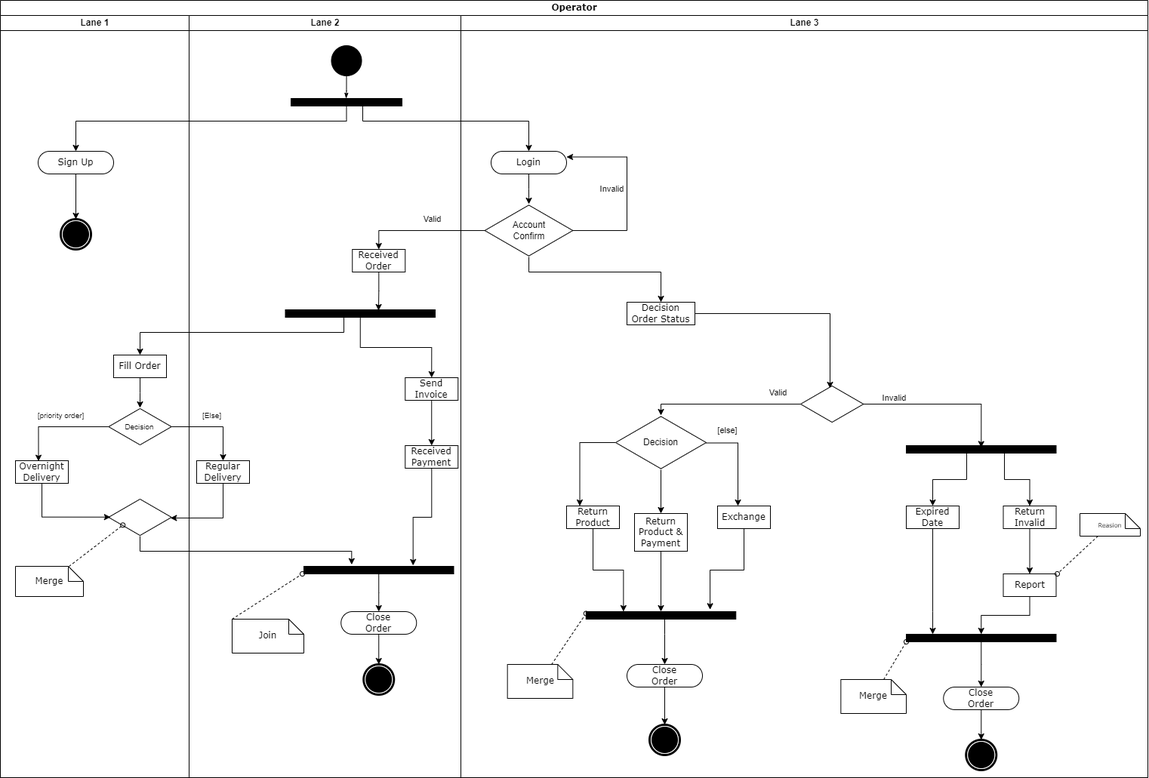
The draw.io diagram uml/Operator.png in AndyFCui/OnlineShop-Database, before a commit. Source tidied: cells renumbered, new cells last; positions are measured from the earlier drawing's top-left corner, leaving out a move shared by most shapes.
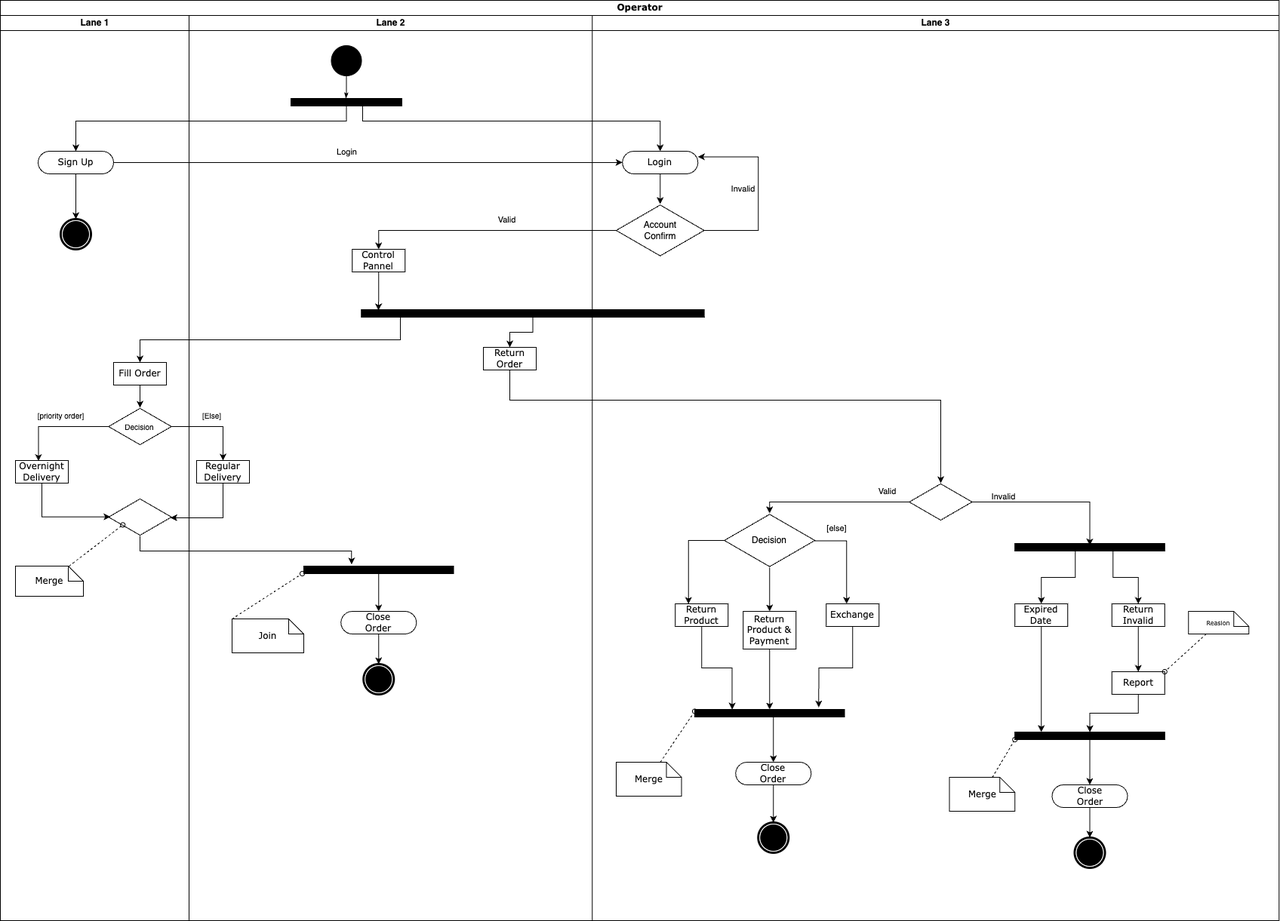
After the change.

What changed in the source:
```diff
@@ -5,6 +5,6 @@
     <mxCell id="2" value="Operator" style="swimlane;html=1;startSize=20;rounded=0;shadow=0;comic=0;labelBackgroundColor=none;strokeWidth=1;fontFamily=Verdana;fontSize=12;align=center;" parent="1" vertex="1">
-      <mxGeometry width="1520" height="1030" as="geometry" />
+      <mxGeometry width="1694.3" height="1220" as="geometry" />
     </mxCell>
     <mxCell id="3" value="Lane 1" style="swimlane;html=1;startSize=20;" parent="2" vertex="1">
-      <mxGeometry y="20" width="250" height="1010" as="geometry" />
+      <mxGeometry y="20" width="250" height="1200" as="geometry" />
     </mxCell>
@@ -22,4 +22,7 @@
     </mxCell>
+    <mxCell id="12" value="Fill Order" style="rounded=0;whiteSpace=wrap;html=1;shadow=0;comic=0;labelBackgroundColor=none;strokeWidth=1;fontFamily=Verdana;fontSize=12;align=center;arcSize=50;" parent="3" vertex="1">
+      <mxGeometry x="150" y="460" width="70" height="30" as="geometry" />
+    </mxCell>
     <mxCell id="8" value="Lane 2" style="swimlane;html=1;startSize=20;" parent="2" vertex="1">
-      <mxGeometry x="250" y="20" width="360" height="1010" as="geometry" />
+      <mxGeometry x="250" y="20" width="534.3" height="1200" as="geometry" />
     </mxCell>
@@ -36,5 +39,2 @@
     </mxCell>
-    <mxCell id="12" value="Fill Order" style="rounded=0;whiteSpace=wrap;html=1;shadow=0;comic=0;labelBackgroundColor=none;strokeWidth=1;fontFamily=Verdana;fontSize=12;align=center;arcSize=50;" parent="8" vertex="1">
-      <mxGeometry x="-100" y="450" width="70" height="30" as="geometry" />
-    </mxCell>
     <mxCell id="13" value="Decision" style="html=1;whiteSpace=wrap;shape=isoRectangle;fontSize=10;" parent="8" vertex="1">
@@ -42,5 +42,2 @@
     </mxCell>
-    <mxCell id="14" style="edgeStyle=orthogonalEdgeStyle;rounded=0;jettySize=auto;html=1;fontSize=10;endArrow=classic;endFill=1;" parent="8" edge="1" source="12" target="13">
-      <mxGeometry relative="1" as="geometry" />
-    </mxCell>
     <mxCell id="15" style="html=1;whiteSpace=wrap;shape=isoRectangle;fontSize=10;" parent="8" vertex="1">
@@ -83,11 +80,2 @@
     </mxCell>
-    <mxCell id="25" style="edgeStyle=orthogonalEdgeStyle;rounded=0;jettySize=auto;html=1;entryX=0.5;entryY=0;entryDx=0;entryDy=0;" parent="8" edge="1" source="26" target="27">
-      <mxGeometry relative="1" as="geometry" />
-    </mxCell>
-    <mxCell id="26" style="whiteSpace=wrap;html=1;rounded=0;shadow=0;comic=0;labelBackgroundColor=none;strokeWidth=1;fillColor=#000000;fontFamily=Verdana;fontSize=12;align=center;rotation=0;" parent="8" vertex="1">
-      <mxGeometry x="127.5" y="390" width="198.5" height="10" as="geometry" />
-    </mxCell>
-    <mxCell id="27" value="Send Invoice" style="rounded=0;whiteSpace=wrap;html=1;shadow=0;comic=0;labelBackgroundColor=none;strokeWidth=1;fontFamily=Verdana;fontSize=12;align=center;arcSize=50;" parent="8" vertex="1">
-      <mxGeometry x="286.2" y="480" width="70" height="30" as="geometry" />
-    </mxCell>
     <mxCell id="28" style="whiteSpace=wrap;html=1;rounded=0;shadow=0;comic=0;labelBackgroundColor=none;strokeWidth=1;fillColor=#000000;fontFamily=Verdana;fontSize=12;align=center;rotation=0;" parent="8" vertex="1">
@@ -95,16 +83,2 @@
     </mxCell>
-    <mxCell id="29" style="edgeStyle=orthogonalEdgeStyle;rounded=0;jettySize=auto;html=1;entryX=0.729;entryY=-0.112;entryDx=0;entryDy=0;entryPerimeter=0;fontSize=10;endArrow=classic;endFill=1;" parent="8" edge="1" source="30" target="28">
-      <mxGeometry relative="1" as="geometry" />
-    </mxCell>
-    <mxCell id="30" value="Received&lt;br&gt;Payment" style="rounded=0;whiteSpace=wrap;html=1;shadow=0;comic=0;labelBackgroundColor=none;strokeWidth=1;fontFamily=Verdana;fontSize=12;align=center;arcSize=50;" parent="8" vertex="1">
-      <mxGeometry x="286.2" y="570" width="70" height="30" as="geometry" />
-    </mxCell>
-    <mxCell id="31" style="edgeStyle=orthogonalEdgeStyle;rounded=0;jettySize=auto;html=1;entryX=0.5;entryY=0;entryDx=0;entryDy=0;fontSize=10;endArrow=classic;endFill=1;" parent="8" edge="1" source="26" target="12">
-      <mxGeometry relative="1" as="geometry">
-        <Array as="points">
-          <mxPoint x="205" y="420" />
-          <mxPoint x="-65" y="420" />
-        </Array>
-      </mxGeometry>
-    </mxCell>
     <mxCell id="32" style="edgeStyle=orthogonalEdgeStyle;rounded=0;jettySize=auto;html=1;entryX=0.319;entryY=-0.229;entryDx=0;entryDy=0;entryPerimeter=0;fontSize=10;endArrow=classic;endFill=1;" parent="8" edge="1" source="15" target="28">
@@ -117,5 +91,2 @@
     </mxCell>
-    <mxCell id="33" style="edgeStyle=orthogonalEdgeStyle;rounded=0;jettySize=auto;html=1;entryX=0.5;entryY=0;entryDx=0;entryDy=0;fontSize=10;endArrow=classic;endFill=1;" parent="8" edge="1" source="27" target="30">
-      <mxGeometry relative="1" as="geometry" />
-    </mxCell>
     <mxCell id="34" style="edgeStyle=orthogonalEdgeStyle;rounded=0;jettySize=auto;html=1;entryX=0.5;entryY=0;entryDx=0;entryDy=0;fontSize=10;endArrow=classic;endFill=1;" parent="8" edge="1" source="28" target="22">
@@ -123,6 +94,8 @@
     </mxCell>
-    <mxCell id="35" style="edgeStyle=orthogonalEdgeStyle;rounded=0;jettySize=auto;html=1;entryX=0.622;entryY=0.1;entryDx=0;entryDy=0;entryPerimeter=0;" parent="8" edge="1" source="36" target="26">
-      <mxGeometry relative="1" as="geometry" />
+    <mxCell id="35" style="edgeStyle=orthogonalEdgeStyle;rounded=0;jettySize=auto;html=1;entryX=0.622;entryY=0.1;entryDx=0;entryDy=0;entryPerimeter=0;" parent="8" edge="1" source="36">
+      <mxGeometry relative="1" as="geometry">
+        <mxPoint x="251" y="391" as="targetPoint" />
+      </mxGeometry>
     </mxCell>
-    <mxCell id="36" value="Received&lt;br&gt;Order" style="rounded=0;whiteSpace=wrap;html=1;shadow=0;comic=0;labelBackgroundColor=none;strokeWidth=1;fontFamily=Verdana;fontSize=12;align=center;arcSize=50;" parent="8" vertex="1">
+    <mxCell id="36" value="Control Pannel" style="rounded=0;whiteSpace=wrap;html=1;shadow=0;comic=0;labelBackgroundColor=none;strokeWidth=1;fontFamily=Verdana;fontSize=12;align=center;arcSize=50;" parent="8" vertex="1">
       <mxGeometry x="216.2" y="310" width="70" height="30" as="geometry" />
@@ -137,2 +110,5 @@
     </mxCell>
+    <mxCell id="93" value="Return Order" style="rounded=0;whiteSpace=wrap;html=1;shadow=0;comic=0;labelBackgroundColor=none;strokeWidth=1;fontFamily=Verdana;fontSize=12;align=center;arcSize=50;" parent="8" vertex="1">
+      <mxGeometry x="390" y="440" width="70" height="30" as="geometry" />
+    </mxCell>
     <mxCell id="39" style="edgeStyle=orthogonalEdgeStyle;rounded=0;jettySize=auto;html=1;entryX=0.5;entryY=0;entryDx=0;entryDy=0;" parent="2" edge="1" source="11" target="46">
@@ -141,3 +117,3 @@
           <mxPoint x="480" y="160" />
-          <mxPoint x="700" y="160" />
+          <mxPoint x="874" y="160" />
         </Array>
@@ -164,4 +140,12 @@
     </mxCell>
+    <mxCell id="94" style="edgeStyle=orthogonalEdgeStyle;rounded=0;jettySize=auto;html=1;entryX=0;entryY=0.5;entryDx=0;entryDy=0;" parent="2" edge="1" source="4" target="46">
+      <mxGeometry relative="1" as="geometry" />
+    </mxCell>
+    <mxCell id="95" value="Login" style="edgeLabel;html=1;align=center;verticalAlign=middle;" parent="94" vertex="1">
+      <mxGeometry x="-0.11" y="3" relative="1" as="geometry">
+        <mxPoint x="7" y="-12" as="offset" />
+      </mxGeometry>
+    </mxCell>
     <mxCell id="44" value="Lane 3" style="swimlane;html=1;startSize=20;" parent="2" vertex="1">
-      <mxGeometry x="610" y="20" width="910" height="1010" as="geometry" />
+      <mxGeometry x="784.3" y="20" width="910" height="1200" as="geometry" />
     </mxCell>
@@ -181,10 +165,2 @@
     </mxCell>
-    <mxCell id="48" style="edgeStyle=orthogonalEdgeStyle;rounded=0;jettySize=auto;html=1;" parent="44" edge="1" source="49" target="51">
-      <mxGeometry relative="1" as="geometry">
-        <Array as="points">
-          <mxPoint x="90" y="340" />
-          <mxPoint x="265" y="340" />
-        </Array>
-      </mxGeometry>
-    </mxCell>
     <mxCell id="49" value="Account&lt;br&gt;Confirm" style="html=1;whiteSpace=wrap;shape=isoRectangle;" parent="44" vertex="1">
@@ -192,8 +168,2 @@
     </mxCell>
-    <mxCell id="50" style="edgeStyle=orthogonalEdgeStyle;rounded=0;jettySize=auto;html=1;entryX=0.468;entryY=0.08;entryDx=0;entryDy=0;entryPerimeter=0;" parent="44" edge="1" source="51" target="54">
-      <mxGeometry relative="1" as="geometry" />
-    </mxCell>
-    <mxCell id="51" value="Decision&lt;br&gt;Order Status" style="rounded=0;whiteSpace=wrap;html=1;shadow=0;comic=0;labelBackgroundColor=none;strokeWidth=1;fontFamily=Verdana;fontSize=12;align=center;arcSize=50;" parent="44" vertex="1">
-      <mxGeometry x="220" y="380" width="90" height="30" as="geometry" />
-    </mxCell>
     <mxCell id="52" style="edgeStyle=orthogonalEdgeStyle;rounded=0;jettySize=auto;html=1;" parent="44" edge="1" source="54" target="88">
@@ -201,3 +171,3 @@
         <Array as="points">
-          <mxPoint x="265" y="515" />
+          <mxPoint x="235" y="645" />
         </Array>
@@ -211,3 +181,3 @@
     <mxCell id="54" style="html=1;whiteSpace=wrap;shape=isoRectangle;fontSize=10;" parent="44" vertex="1">
-      <mxGeometry x="450" y="490" width="83.3" height="50" as="geometry" />
+      <mxGeometry x="420" y="620" width="83.3" height="50" as="geometry" />
     </mxCell>
@@ -217,3 +187,3 @@
     <mxCell id="56" value="Return Invalid" style="rounded=0;whiteSpace=wrap;html=1;shadow=0;comic=0;labelBackgroundColor=none;strokeWidth=1;fontFamily=Verdana;fontSize=12;align=center;arcSize=50;" parent="44" vertex="1">
-      <mxGeometry x="718.5" y="650" width="70" height="30" as="geometry" />
+      <mxGeometry x="688.5" y="780" width="70" height="30" as="geometry" />
     </mxCell>
@@ -222,4 +192,4 @@
         <Array as="points">
-          <mxPoint x="670" y="615" />
-          <mxPoint x="625" y="615" />
+          <mxPoint x="640" y="745" />
+          <mxPoint x="595" y="745" />
         </Array>
@@ -230,4 +200,4 @@
         <Array as="points">
-          <mxPoint x="720" y="615" />
-          <mxPoint x="754" y="615" />
+          <mxPoint x="690" y="745" />
+          <mxPoint x="724" y="745" />
         </Array>
@@ -236,3 +206,3 @@
     <mxCell id="59" style="whiteSpace=wrap;html=1;rounded=0;shadow=0;comic=0;labelBackgroundColor=none;strokeWidth=1;fillColor=#000000;fontFamily=Verdana;fontSize=12;align=center;rotation=0;" parent="44" vertex="1">
-      <mxGeometry x="590" y="570" width="198.5" height="10" as="geometry" />
+      <mxGeometry x="560" y="700" width="198.5" height="10" as="geometry" />
     </mxCell>
@@ -241,4 +211,4 @@
         <Array as="points">
-          <mxPoint x="625" y="790" />
-          <mxPoint x="625" y="790" />
+          <mxPoint x="595" y="920" />
+          <mxPoint x="595" y="920" />
         </Array>
@@ -247,3 +217,3 @@
     <mxCell id="61" value="Expired Date" style="rounded=0;whiteSpace=wrap;html=1;shadow=0;comic=0;labelBackgroundColor=none;strokeWidth=1;fontFamily=Verdana;fontSize=12;align=center;arcSize=50;" parent="44" vertex="1">
-      <mxGeometry x="590" y="650" width="70" height="30" as="geometry" />
+      <mxGeometry x="560" y="780" width="70" height="30" as="geometry" />
     </mxCell>
@@ -253,3 +223,3 @@
     <mxCell id="63" value="Report" style="rounded=0;whiteSpace=wrap;html=1;shadow=0;comic=0;labelBackgroundColor=none;strokeWidth=1;fontFamily=Verdana;fontSize=12;align=center;arcSize=50;" parent="44" vertex="1">
-      <mxGeometry x="718.5" y="740" width="70" height="30" as="geometry" />
+      <mxGeometry x="688.5" y="870" width="70" height="30" as="geometry" />
     </mxCell>
@@ -259,3 +229,3 @@
     <mxCell id="65" value="Return Product" style="rounded=0;whiteSpace=wrap;html=1;shadow=0;comic=0;labelBackgroundColor=none;strokeWidth=1;fontFamily=Verdana;fontSize=12;align=center;arcSize=50;" parent="44" vertex="1">
-      <mxGeometry x="140" y="650" width="70" height="30" as="geometry" />
+      <mxGeometry x="110" y="780" width="70" height="30" as="geometry" />
     </mxCell>
@@ -263,3 +233,3 @@
       <mxGeometry relative="1" as="geometry">
-        <mxPoint x="689.2" y="572.5" as="targetPoint" />
+        <mxPoint x="659.2" y="702.5" as="targetPoint" />
       </mxGeometry>
@@ -275,3 +245,3 @@
     <mxCell id="69" value="Return Product &amp;amp; Payment" style="rounded=0;whiteSpace=wrap;html=1;shadow=0;comic=0;labelBackgroundColor=none;strokeWidth=1;fontFamily=Verdana;fontSize=12;align=center;arcSize=50;" parent="44" vertex="1">
-      <mxGeometry x="230" y="660" width="70" height="50" as="geometry" />
+      <mxGeometry x="200" y="790" width="70" height="50" as="geometry" />
     </mxCell>
@@ -281,3 +251,3 @@
     <mxCell id="71" value="Exchange" style="rounded=0;whiteSpace=wrap;html=1;shadow=0;comic=0;labelBackgroundColor=none;strokeWidth=1;fontFamily=Verdana;fontSize=12;align=center;arcSize=50;" parent="44" vertex="1">
-      <mxGeometry x="340" y="650" width="70" height="30" as="geometry" />
+      <mxGeometry x="310" y="780" width="70" height="30" as="geometry" />
     </mxCell>
@@ -286,4 +256,4 @@
         <Array as="points">
-          <mxPoint x="270" y="820" />
-          <mxPoint x="270" y="820" />
+          <mxPoint x="240" y="950" />
+          <mxPoint x="240" y="950" />
         </Array>
@@ -292,3 +262,3 @@
     <mxCell id="73" style="whiteSpace=wrap;html=1;rounded=0;shadow=0;comic=0;labelBackgroundColor=none;strokeWidth=1;fillColor=#000000;fontFamily=Verdana;fontSize=12;align=center;rotation=0;" parent="44" vertex="1">
-      <mxGeometry x="165.8" y="790" width="198.5" height="10" as="geometry" />
+      <mxGeometry x="135.7" y="920" width="198.5" height="10" as="geometry" />
     </mxCell>
@@ -298,6 +268,6 @@
     <mxCell id="75" value="Merge" style="shape=note;whiteSpace=wrap;html=1;rounded=0;shadow=0;comic=0;labelBackgroundColor=none;strokeWidth=1;fontFamily=Verdana;fontSize=12;align=center;size=20;" parent="44" vertex="1">
-      <mxGeometry x="61.7" y="860" width="86.7" height="45" as="geometry" />
+      <mxGeometry x="31.7" y="990" width="86.7" height="45" as="geometry" />
     </mxCell>
     <mxCell id="76" style="shape=mxgraph.bpmn.shape;html=1;verticalLabelPosition=bottom;labelBackgroundColor=#ffffff;verticalAlign=top;perimeter=ellipsePerimeter;outline=end;symbol=terminate;rounded=0;shadow=0;comic=0;strokeWidth=1;fontFamily=Verdana;fontSize=12;align=center;" parent="44" vertex="1">
-      <mxGeometry x="250" y="940" width="40" height="40" as="geometry" />
+      <mxGeometry x="220" y="1070" width="40" height="40" as="geometry" />
     </mxCell>
@@ -307,3 +277,3 @@
     <mxCell id="78" value="Close&lt;br&gt;Order" style="rounded=1;whiteSpace=wrap;html=1;shadow=0;comic=0;labelBackgroundColor=none;strokeWidth=1;fontFamily=Verdana;fontSize=12;align=center;arcSize=50;" parent="44" vertex="1">
-      <mxGeometry x="220" y="860" width="100" height="30" as="geometry" />
+      <mxGeometry x="190" y="990" width="100" height="30" as="geometry" />
     </mxCell>
@@ -313,3 +283,3 @@
     <mxCell id="80" style="whiteSpace=wrap;html=1;rounded=0;shadow=0;comic=0;labelBackgroundColor=none;strokeWidth=1;fillColor=#000000;fontFamily=Verdana;fontSize=12;align=center;rotation=0;" parent="44" vertex="1">
-      <mxGeometry x="590" y="820" width="198.5" height="10" as="geometry" />
+      <mxGeometry x="560" y="950" width="198.5" height="10" as="geometry" />
     </mxCell>
@@ -319,3 +289,3 @@
     <mxCell id="82" value="Merge" style="shape=note;whiteSpace=wrap;html=1;rounded=0;shadow=0;comic=0;labelBackgroundColor=none;strokeWidth=1;fontFamily=Verdana;fontSize=12;align=center;size=20;" parent="44" vertex="1">
-      <mxGeometry x="503.3" y="880" width="86.7" height="45" as="geometry" />
+      <mxGeometry x="473.3" y="1010" width="86.7" height="45" as="geometry" />
     </mxCell>
@@ -325,6 +295,6 @@
     <mxCell id="84" value="Close&lt;br&gt;Order" style="rounded=1;whiteSpace=wrap;html=1;shadow=0;comic=0;labelBackgroundColor=none;strokeWidth=1;fontFamily=Verdana;fontSize=12;align=center;arcSize=50;" parent="44" vertex="1">
-      <mxGeometry x="639.2" y="890" width="100" height="30" as="geometry" />
+      <mxGeometry x="609.2" y="1020" width="100" height="30" as="geometry" />
     </mxCell>
     <mxCell id="85" style="shape=mxgraph.bpmn.shape;html=1;verticalLabelPosition=bottom;labelBackgroundColor=#ffffff;verticalAlign=top;perimeter=ellipsePerimeter;outline=end;symbol=terminate;rounded=0;shadow=0;comic=0;strokeWidth=1;fontFamily=Verdana;fontSize=12;align=center;" parent="44" vertex="1">
-      <mxGeometry x="669.2" y="960" width="40" height="40" as="geometry" />
+      <mxGeometry x="639.2" y="1090" width="40" height="40" as="geometry" />
     </mxCell>
@@ -336,3 +306,3 @@
         <Array as="points">
-          <mxPoint x="158" y="566" />
+          <mxPoint x="128" y="696" />
         </Array>
@@ -341,3 +311,3 @@
     <mxCell id="88" value="Decision" style="html=1;whiteSpace=wrap;shape=isoRectangle;" parent="44" vertex="1">
-      <mxGeometry x="205" y="530" width="120" height="72" as="geometry" />
+      <mxGeometry x="175" y="660" width="120" height="72" as="geometry" />
     </mxCell>
@@ -345,6 +315,6 @@
       <mxGeometry relative="1" as="geometry">
-        <mxPoint x="325" y="566.5" as="sourcePoint" />
-        <mxPoint x="367" y="650" as="targetPoint" />
+        <mxPoint x="295" y="696.5" as="sourcePoint" />
+        <mxPoint x="337" y="780" as="targetPoint" />
         <Array as="points">
-          <mxPoint x="367" y="566.5" />
+          <mxPoint x="337" y="696.5" />
         </Array>
@@ -358,9 +328,32 @@
     <mxCell id="91" value="&lt;font style=&quot;font-size: 8px;&quot;&gt;Reasion&lt;/font&gt;" style="shape=note;whiteSpace=wrap;html=1;rounded=0;shadow=0;comic=0;labelBackgroundColor=none;strokeWidth=1;fontFamily=Verdana;fontSize=12;align=center;size=20;" parent="44" vertex="1">
-      <mxGeometry x="820" y="660" width="80" height="30" as="geometry" />
+      <mxGeometry x="790" y="790" width="80" height="30" as="geometry" />
     </mxCell>
+    <mxCell id="96" style="whiteSpace=wrap;html=1;rounded=0;shadow=0;comic=0;labelBackgroundColor=none;strokeWidth=1;fillColor=#000000;fontFamily=Verdana;fontSize=12;align=center;rotation=0;" parent="44" vertex="1">
+      <mxGeometry x="-305.9" y="390" width="454.3" height="10" as="geometry" />
+    </mxCell>
-    <mxCell id="92" style="rounded=0;jettySize=auto;html=1;fontSize=8;endArrow=oval;endFill=0;dashed=1;" parent="1" edge="1" source="91">
-      <mxGeometry relative="1" as="geometry">
-        <mxPoint x="1400" y="760" as="targetPoint" />
-      </mxGeometry>
+    <mxCell id="92" style="rounded=0;jettySize=auto;html=1;fontSize=8;endArrow=oval;endFill=0;dashed=1;entryX=1;entryY=0;entryDx=0;entryDy=0;" parent="44" edge="1" source="91" target="63">
+      <mxGeometry relative="1" as="geometry" />
     </mxCell>
+    <mxCell id="14" style="edgeStyle=orthogonalEdgeStyle;rounded=0;jettySize=auto;html=1;fontSize=10;endArrow=classic;endFill=1;" parent="2" edge="1" source="12" target="13">
+      <mxGeometry relative="1" as="geometry" />
+    </mxCell>
+    <mxCell id="97" style="edgeStyle=orthogonalEdgeStyle;rounded=0;jettySize=auto;html=1;entryX=0.5;entryY=0;entryDx=0;entryDy=0;" parent="2" edge="1" source="96" target="12">
+      <mxGeometry relative="1" as="geometry">
+        <Array as="points">
+          <mxPoint x="530" y="450" />
+          <mxPoint x="185" y="450" />
+        </Array>
+      </mxGeometry>
+    </mxCell>
+    <mxCell id="98" style="edgeStyle=orthogonalEdgeStyle;rounded=0;jettySize=auto;html=1;entryX=0.5;entryY=0;entryDx=0;entryDy=0;" parent="2" edge="1" source="96" target="93">
+      <mxGeometry relative="1" as="geometry" />
+    </mxCell>
+    <mxCell id="99" style="edgeStyle=orthogonalEdgeStyle;rounded=0;jettySize=auto;html=1;" parent="2" edge="1" source="93" target="54">
+      <mxGeometry relative="1" as="geometry">
+        <Array as="points">
+          <mxPoint x="675" y="530" />
+          <mxPoint x="1246" y="530" />
+        </Array>
+      </mxGeometry>
+    </mxCell>
   </root>
```
